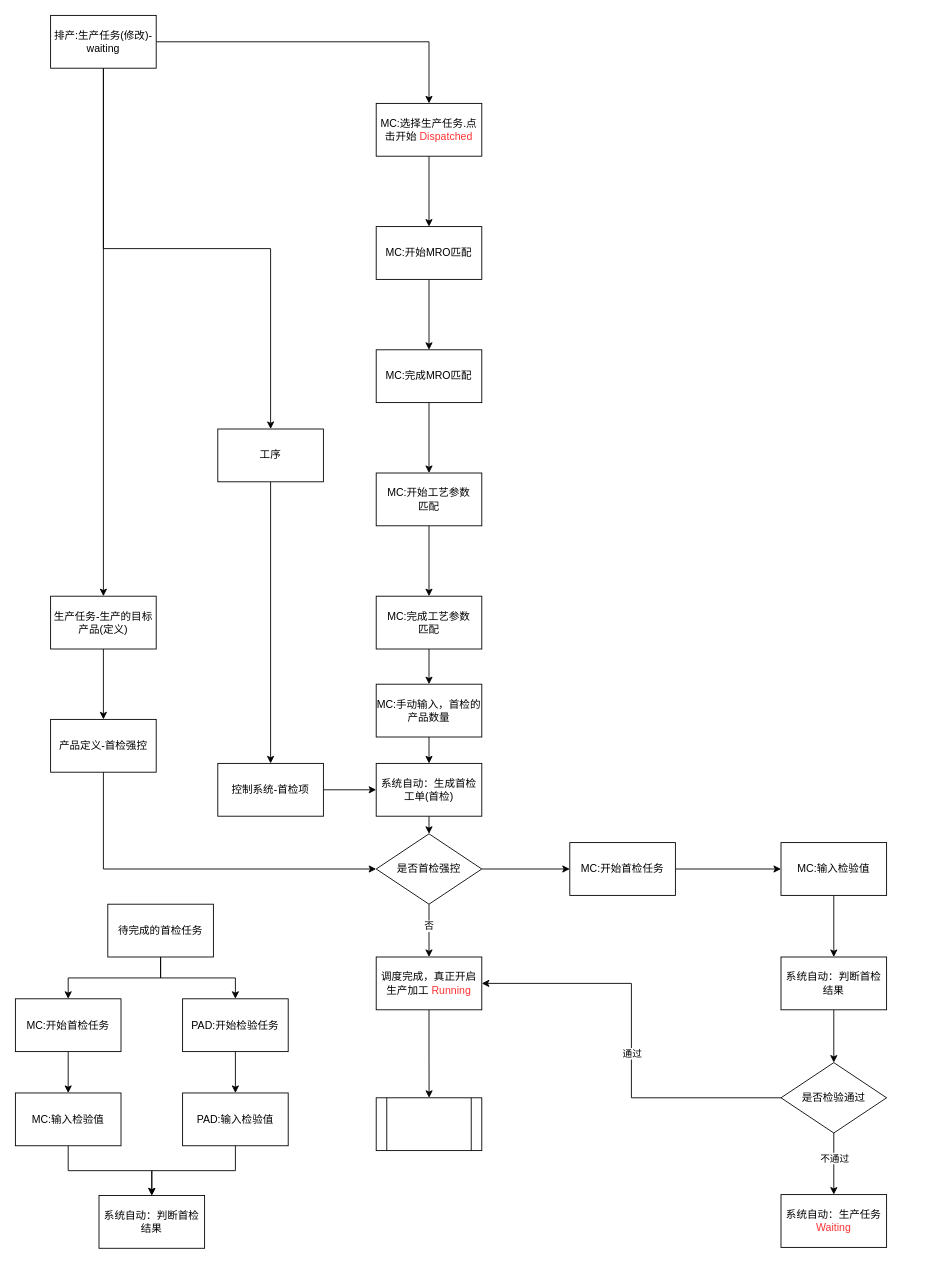
The draw.io diagram page "首检" (1 of 2) of 首检流程.drawio in sstlin/os-shell, before the edit. Source tidied: cells renumbered, new cells numbered last; positions are measured from the earlier drawing's top-left corner, leaving out a move shared by most shapes. Both pictures are drawn from the tidied source at 88%, with x=0, y=0 at pixel (15, 15).
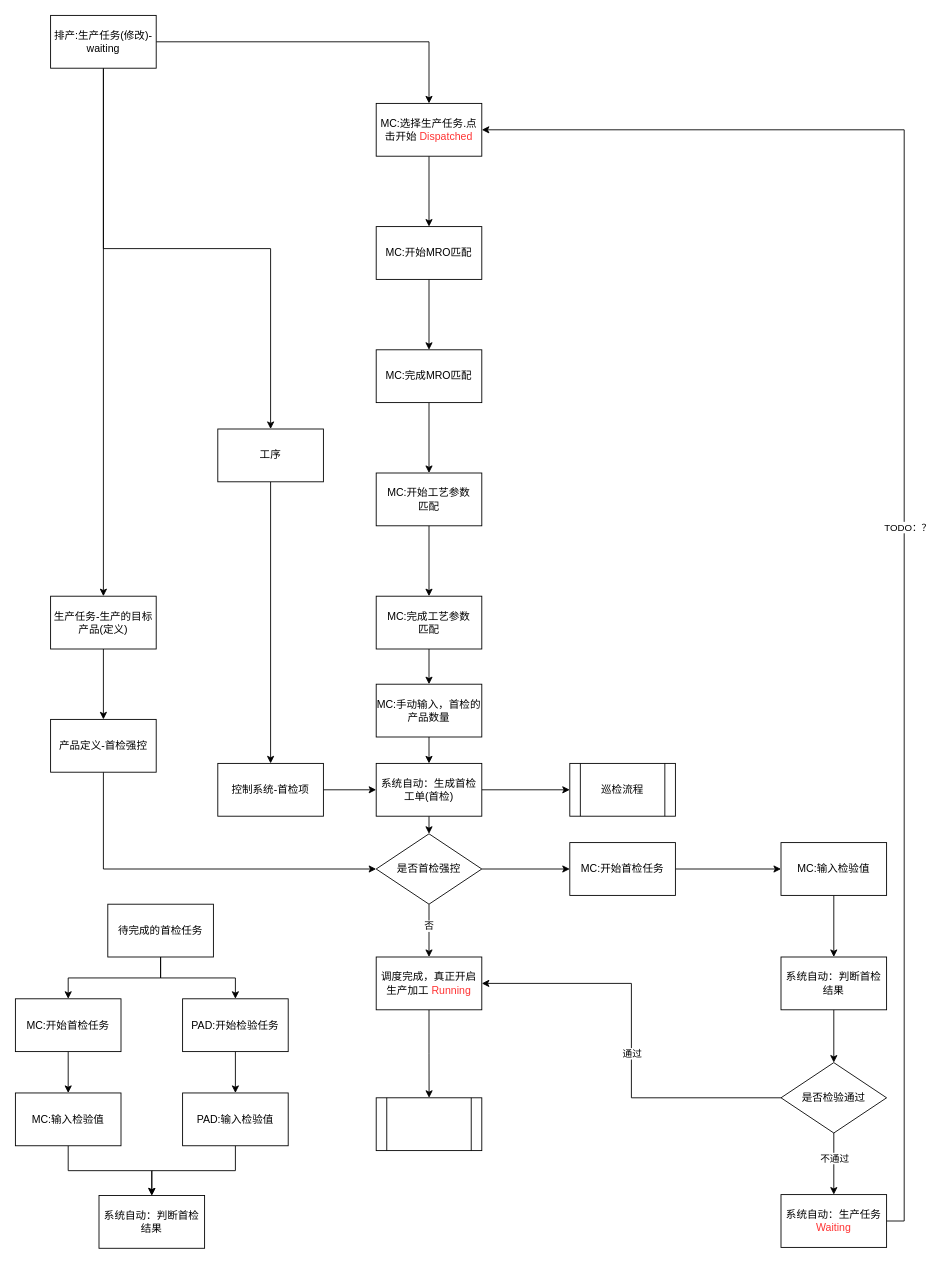
After the change.

Unchanged cells that the change refers to:
```xml
<mxCell id="3" value="MC:选择生产任务.点击开始 &lt;font color=&quot;#ff3333&quot;&gt;Dispatched&lt;/font&gt;" style="rounded=0;whiteSpace=wrap;html=1;" parent="1" vertex="1">
  <mxGeometry x="410" y="100" width="120" height="60" as="geometry" />
</mxCell>
<mxCell id="41" value="系统自动：生产任务&lt;font color=&quot;#ff3333&quot;&gt;Waiting&lt;/font&gt;" style="whiteSpace=wrap;html=1;rounded=0;" parent="1" vertex="1">
  <mxGeometry x="870" y="1340" width="120" height="60" as="geometry" />
</mxCell>
<mxCell id="56" value="系统自动：生成首检工单(首检)" style="whiteSpace=wrap;html=1;rounded=0;" parent="1" vertex="1">
  <mxGeometry x="410" y="850" width="120" height="60" as="geometry" />
</mxCell>
```

The edit, as a diff of the source:
```diff
@@
+    <mxCell id="59" style="edgeStyle=orthogonalEdgeStyle;rounded=0;jettySize=auto;html=1;exitX=1;exitY=0.5;exitDx=0;exitDy=0;entryX=1;entryY=0.5;entryDx=0;entryDy=0;" parent="1" edge="1" source="41" target="3">
+      <mxGeometry relative="1" as="geometry" />
+    </mxCell>
+    <mxCell id="60" value="TODO：？" style="edgeLabel;html=1;align=center;verticalAlign=middle;" parent="59" vertex="1">
+      <mxGeometry x="-0.07" y="-3" relative="1" as="geometry" />
+    </mxCell>
@@
+    <mxCell id="61" style="edgeStyle=orthogonalEdgeStyle;rounded=0;jettySize=auto;html=1;exitX=1;exitY=0.5;exitDx=0;exitDy=0;" parent="1" edge="1" source="56" target="62">
+      <mxGeometry relative="1" as="geometry" />
+    </mxCell>
@@
+    <mxCell id="62" value="巡检流程" style="shape=process;whiteSpace=wrap;html=1;backgroundOutline=1;" parent="1" vertex="1">
+      <mxGeometry x="630" y="850" width="120" height="60" as="geometry" />
+    </mxCell>
```
